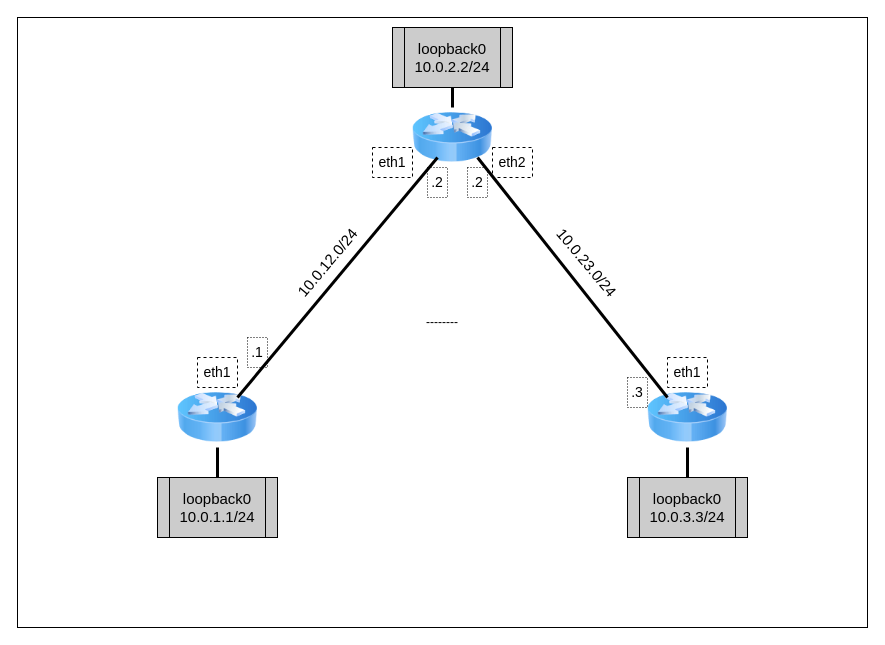
UsamG1t/Nets_ASVK_Labs keeps this draw.io diagram as 06_RIP_Routing/Attached_materials/06_RIP_Routing.drawio. Above is the earlier version. Source tidied: cells renumbered, new cells numbered last; positions are measured from the earlier drawing's top-left corner, leaving out a move shared by most shapes. Both pictures are drawn from the tidied source at 100%, with x=0, y=0 at pixel (17, 17).
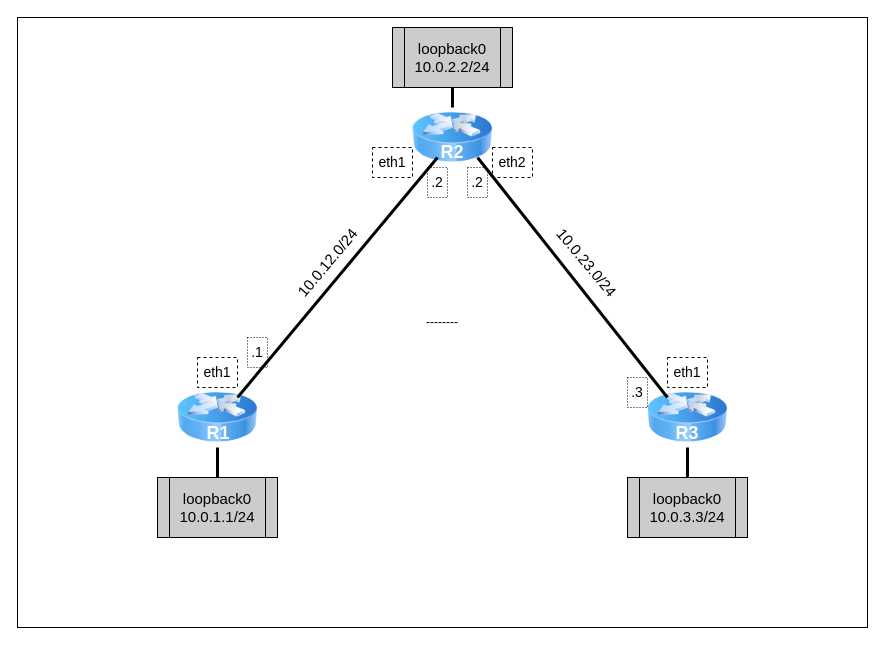
The same diagram, later.

The edit, as a diff of the source:
```diff
@@
+    <mxCell id="24" value="&lt;font style=&quot;font-size: 18px;&quot;&gt;&lt;b style=&quot;&quot;&gt;R1&lt;/b&gt;&lt;/font&gt;" style="text;html=1;align=center;verticalAlign=middle;whiteSpace=wrap;rounded=0;perimeterSpacing=3;dashed=1;strokeColor=none;fillColor=none;fontColor=#FFFFFF;" parent="1" vertex="1">
+      <mxGeometry x="181" y="401" width="40" height="30" as="geometry" />
+    </mxCell>
+    <mxCell id="25" value="&lt;font style=&quot;font-size: 18px;&quot;&gt;&lt;b style=&quot;&quot;&gt;R2&lt;/b&gt;&lt;/font&gt;" style="text;html=1;align=center;verticalAlign=middle;whiteSpace=wrap;rounded=0;perimeterSpacing=3;dashed=1;strokeColor=none;fillColor=none;fontColor=#FFFFFF;" parent="1" vertex="1">
+      <mxGeometry x="415" y="120" width="40" height="30" as="geometry" />
+    </mxCell>
+    <mxCell id="26" value="&lt;font style=&quot;font-size: 18px;&quot;&gt;&lt;b style=&quot;&quot;&gt;R3&lt;/b&gt;&lt;/font&gt;" style="text;html=1;align=center;verticalAlign=middle;whiteSpace=wrap;rounded=0;perimeterSpacing=3;dashed=1;strokeColor=none;fillColor=none;fontColor=#FFFFFF;" parent="1" vertex="1">
+      <mxGeometry x="650" y="401" width="40" height="30" as="geometry" />
+    </mxCell>
```
